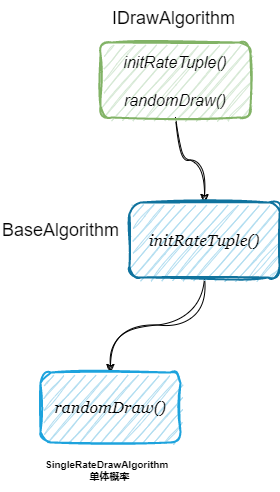
youjizi/images keeps this draw.io diagram as Lottery/抽奖策略算法1.1.1.drawio.png. Above is the earlier version. Source tidied: cells renumbered, new cells last; positions are measured from the earlier drawing's top-left corner, leaving out a move shared by most shapes.
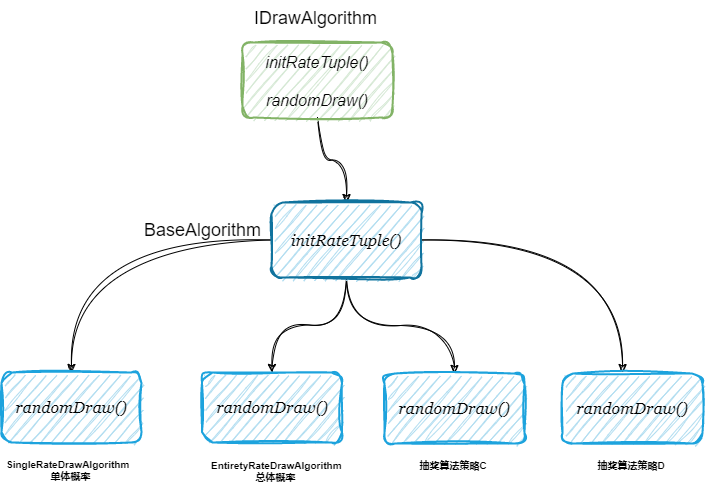
After the change.

Commit message:
更新抽奖策略算法1.1.1.drawio.png

Diff of the diagram source:
```diff
@@ -14,17 +14,56 @@
     <mxCell id="5" style="edgeStyle=orthogonalEdgeStyle;jettySize=auto;html=1;fontFamily=Helvetica;fontSize=16;fontColor=default;sketch=1;curveFitting=1;jiggle=2;curved=1;" parent="1" edge="1" source="6" target="8">
       <mxGeometry relative="1" as="geometry" />
     </mxCell>
+    <mxCell id="10" style="edgeStyle=orthogonalEdgeStyle;jettySize=auto;html=1;fontFamily=Helvetica;fontSize=16;fontColor=default;sketch=1;curveFitting=1;jiggle=2;curved=1;entryX=0.5;entryY=0;entryDx=0;entryDy=0;" parent="1" edge="1" source="6" target="15">
+      <mxGeometry relative="1" as="geometry" />
+    </mxCell>
+    <mxCell id="11" style="edgeStyle=orthogonalEdgeStyle;jettySize=auto;html=1;entryX=0.5;entryY=0;entryDx=0;entryDy=0;fontFamily=Helvetica;fontSize=16;fontColor=default;curved=1;sketch=1;curveFitting=1;jiggle=2;" parent="1" edge="1" source="6" target="19">
+      <mxGeometry relative="1" as="geometry" />
+    </mxCell>
+    <mxCell id="12" style="edgeStyle=orthogonalEdgeStyle;jettySize=auto;html=1;fontFamily=Helvetica;fontSize=16;fontColor=default;entryX=0.429;entryY=-0.014;entryDx=0;entryDy=0;entryPerimeter=0;curved=1;sketch=1;curveFitting=1;jiggle=2;" parent="1" edge="1" source="6" target="22">
+      <mxGeometry relative="1" as="geometry" />
+    </mxCell>
     <mxCell id="6" value="initRateTuple()" style="whiteSpace=wrap;fontSize=16;fontFamily=Georgia;rounded=1;strokeWidth=2;glass=0;shadow=0;fillStyle=auto;sketch=1;curveFitting=1;jiggle=2;fillColor=#b1ddf0;strokeColor=#10739e;verticalAlign=middle;fontStyle=2;" parent="1" vertex="1">
       <mxGeometry x="129" y="202" width="150" height="75" as="geometry" />
     </mxCell>
     <mxCell id="7" value="BaseAlgorithm" style="text;labelBackgroundColor=none;fontSize=18;fontStyle=0;fontColor=#030303;fontFamily=Helvetica;rounded=1;sketch=1;curveFitting=1;jiggle=2;" parent="1" vertex="1">
       <mxGeometry y="212" width="113" height="30" as="geometry" />
     </mxCell>
+    <mxCell id="13" style="group;" parent="1" vertex="1">
+      <mxGeometry x="59.5" y="372" width="144.5" height="121" as="geometry" />
+    </mxCell>
+    <mxCell id="14" value="EntiretyRateDrawAlgorithm&#10;                总体概率" style="text;fontSize=10;fontFamily=Helvetica;fontColor=default;fontStyle=1;align=left;" parent="13" vertex="1">
+      <mxGeometry x="7.5" y="81" width="137" height="40" as="geometry" />
+    </mxCell>
+    <mxCell id="15" value="randomDraw()" style="whiteSpace=wrap;fontSize=16;fontFamily=Georgia;rounded=1;strokeWidth=2;glass=0;shadow=0;fillStyle=auto;sketch=1;curveFitting=1;jiggle=2;fillColor=#b1ddf0;strokeColor=#1DA3DD;verticalAlign=middle;fontStyle=2;" parent="13" vertex="1">
+      <mxGeometry width="140" height="70" as="geometry" />
+    </mxCell>
+    <mxCell id="16" style="group;" parent="1" vertex="1">
+      <mxGeometry x="-141" y="372" width="140" height="120" as="geometry" />
+    </mxCell>
-    <mxCell id="8" value="randomDraw()" style="whiteSpace=wrap;fontSize=16;fontFamily=Georgia;rounded=1;strokeWidth=2;glass=0;shadow=0;fillStyle=auto;sketch=1;curveFitting=1;jiggle=2;fillColor=#b1ddf0;strokeColor=#1DA3DD;verticalAlign=middle;fontStyle=2;" parent="1" vertex="1">
-      <mxGeometry x="40" y="372" width="140" height="70" as="geometry" />
+    <mxCell id="8" value="randomDraw()" style="whiteSpace=wrap;fontSize=16;fontFamily=Georgia;rounded=1;strokeWidth=2;glass=0;shadow=0;fillStyle=auto;sketch=1;curveFitting=1;jiggle=2;fillColor=#b1ddf0;strokeColor=#1DA3DD;verticalAlign=middle;fontStyle=2;" parent="16" vertex="1">
+      <mxGeometry width="140" height="70" as="geometry" />
     </mxCell>
-    <mxCell id="9" value="SingleRateDrawAlgorithm&#10;                单体概率" style="text;fontSize=10;fontFamily=Helvetica;fontColor=default;fontStyle=1;align=left;" parent="1" vertex="1">
-      <mxGeometry x="43" y="452" width="137" height="40" as="geometry" />
+    <mxCell id="9" value="SingleRateDrawAlgorithm&#10;                单体概率" style="text;fontSize=10;fontFamily=Helvetica;fontColor=default;fontStyle=1;align=left;" parent="16" vertex="1">
+      <mxGeometry x="3" y="80" width="137" height="40" as="geometry" />
     </mxCell>
+    <mxCell id="17" style="group;" parent="1" vertex="1">
+      <mxGeometry x="242" y="373" width="144.5" height="121" as="geometry" />
+    </mxCell>
+    <mxCell id="18" value="&#10;  抽奖算法策略C" style="text;fontSize=10;fontFamily=Helvetica;fontColor=default;fontStyle=1;align=left;" parent="17" vertex="1">
+      <mxGeometry x="28" y="68" width="137" height="40" as="geometry" />
+    </mxCell>
+    <mxCell id="19" value="randomDraw()" style="whiteSpace=wrap;fontSize=16;fontFamily=Georgia;rounded=1;strokeWidth=2;glass=0;shadow=0;fillStyle=auto;sketch=1;curveFitting=1;jiggle=2;fillColor=#b1ddf0;strokeColor=#1DA3DD;verticalAlign=middle;fontStyle=2;" parent="17" vertex="1">
+      <mxGeometry width="140" height="70" as="geometry" />
+    </mxCell>
+    <mxCell id="20" style="group;" parent="1" vertex="1">
+      <mxGeometry x="420" y="373" width="144.5" height="121" as="geometry" />
+    </mxCell>
+    <mxCell id="21" value="&#10;  抽奖算法策略D" style="text;fontSize=10;fontFamily=Helvetica;fontColor=default;fontStyle=1;align=left;" parent="20" vertex="1">
+      <mxGeometry x="28" y="68" width="137" height="40" as="geometry" />
+    </mxCell>
+    <mxCell id="22" value="randomDraw()" style="whiteSpace=wrap;fontSize=16;fontFamily=Georgia;rounded=1;strokeWidth=2;glass=0;shadow=0;fillStyle=auto;sketch=1;curveFitting=1;jiggle=2;fillColor=#b1ddf0;strokeColor=#1DA3DD;verticalAlign=middle;fontStyle=2;" parent="20" vertex="1">
+      <mxGeometry width="140" height="70" as="geometry" />
+    </mxCell>
   </root>
 </mxGraphModel>
```
